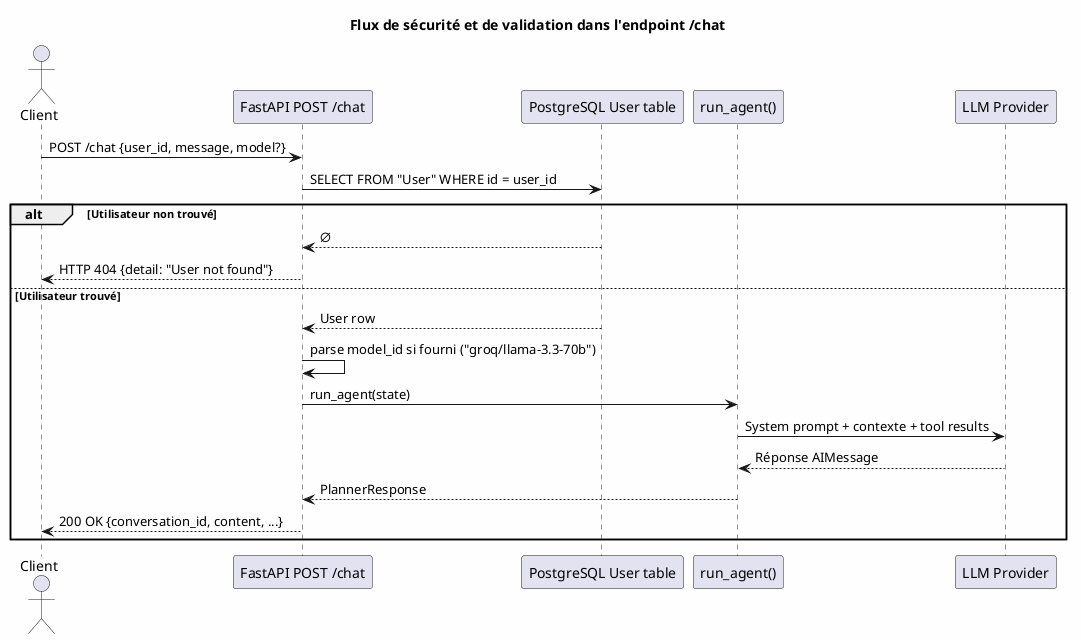
This is diagrams/fig_03_security_flow.png from ahmed-addali/rapport, a PlantUML export, as it was before one commit.
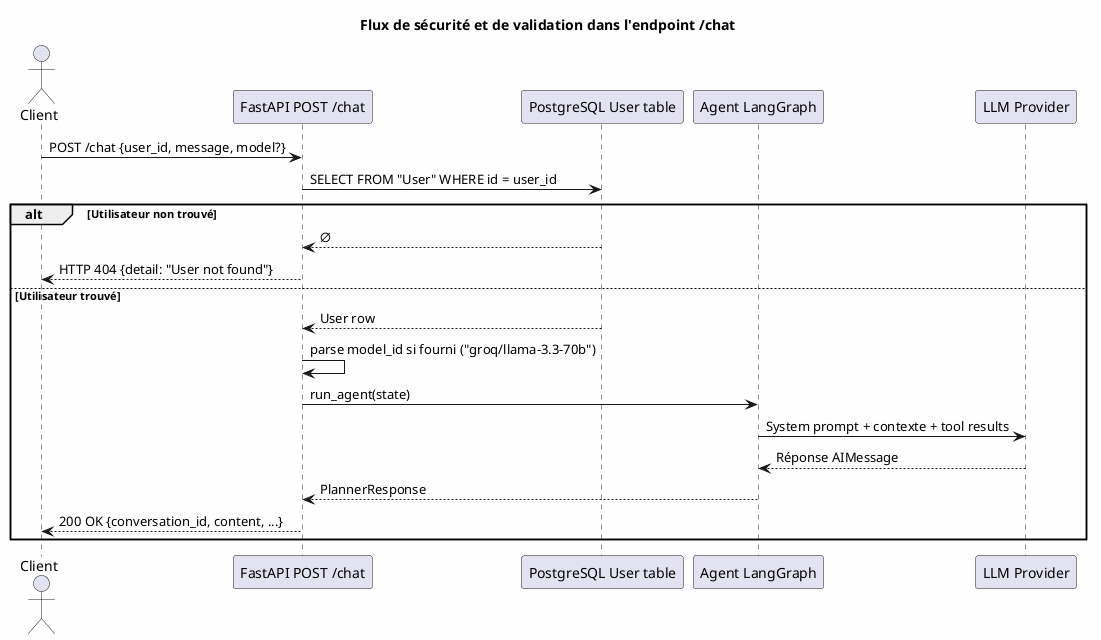
The same diagram one commit later.

Change to the diagram source:
```diff
@@ -1,6 +1,5 @@
 @startuml
 skinparam backgroundColor #FEFEFE
-
 skinparam defaultFontName "Arial"
 
 title Flux de sécurité et de validation dans l'endpoint /chat
@@ -8,7 +7,8 @@
 actor "Client" as Client
 participant "FastAPI POST /chat" as FastAPI
 participant "PostgreSQL User table" as DB
-participant "run_agent()" as Agent
+
+participant "Agent LangGraph" as Agent
 participant "LLM Provider" as LLM
 
 Client -> FastAPI : POST /chat {user_id, message, model?}
@@ -26,7 +26,6 @@
 
   Agent -> LLM : System prompt + contexte + tool results
 
-
   LLM --> Agent : Réponse AIMessage
   Agent --> FastAPI : PlannerResponse
   FastAPI --> Client : 200 OK {conversation_id, content, ...}
```
